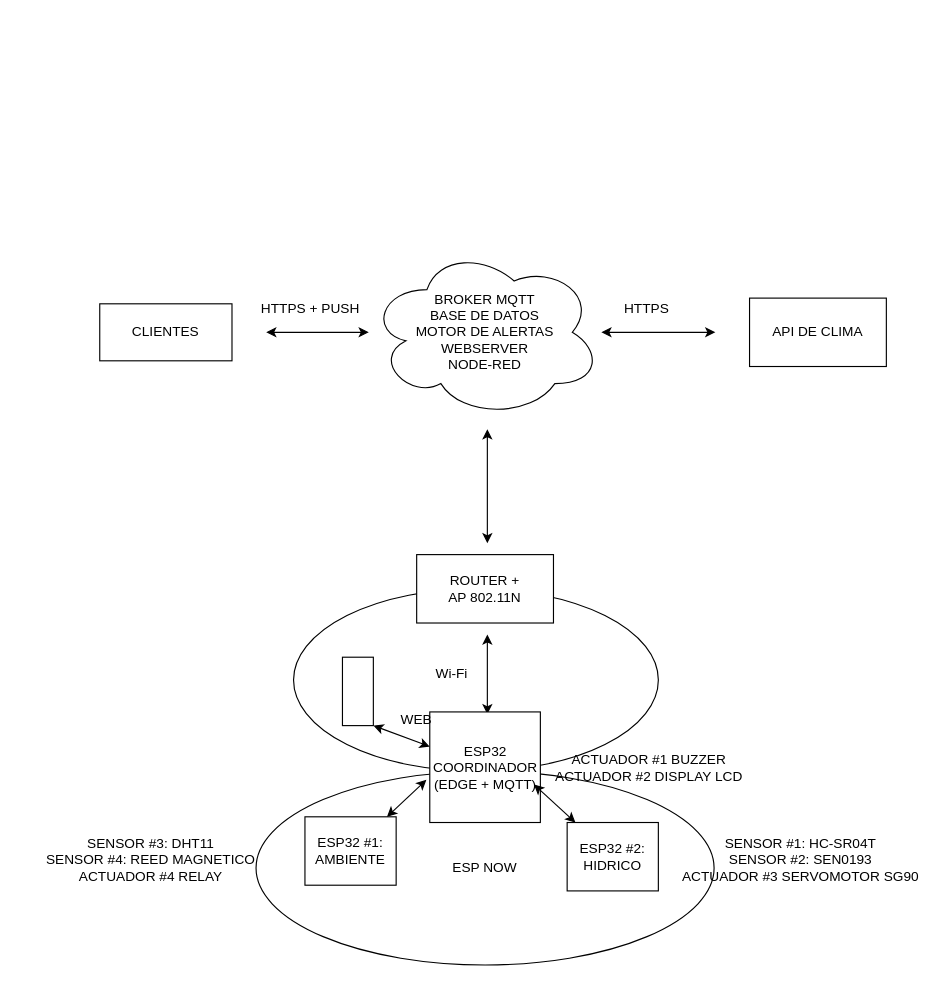
Above: lucianosalgado/arquitectura.drawio in zellsito/proxecto_novas_arquitecturas_grupo_5_2627 (draw.io), before the change. Source tidied: cells renumbered, new cells numbered last; positions are measured from the earlier drawing's top-left corner, leaving out a move shared by most shapes. Both pictures are drawn from the tidied source at 114%, with x=0, y=0 at pixel (31, 246).
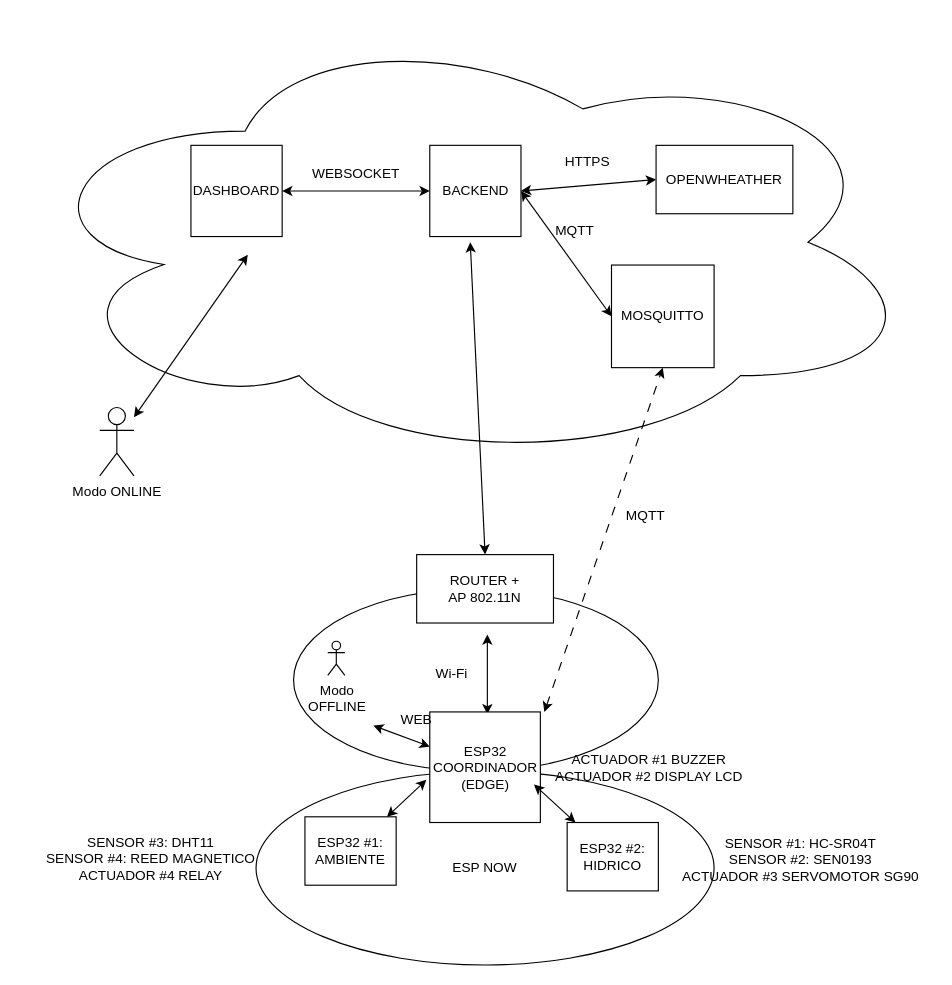
Above is the later version.

The change refers to these unchanged cells:
```xml
<mxCell id="10" value="ROUTER +&lt;div&gt;AP 802.11N&lt;/div&gt;" style="rounded=0;whiteSpace=wrap;html=1;" parent="1" vertex="1">
  <mxGeometry x="338" y="270" width="120" height="60" as="geometry" />
</mxCell>
```

Diff of the diagram source:
```diff
@@
-    <mxCell id="4" value="BROKER MQTT&lt;div&gt;BASE DE DATOS&lt;/div&gt;&lt;div&gt;MOTOR DE ALERTAS&lt;/div&gt;&lt;div&gt;WEBSERVER&lt;/div&gt;&lt;div&gt;NODE-RED&lt;/div&gt;" style="ellipse;shape=cloud;whiteSpace=wrap;html=1;perimeter=cloudPerimeter;" parent="1" vertex="1">
-      <mxGeometry x="296" width="204" height="150" as="geometry" />
+    <mxCell id="4" style="ellipse;shape=cloud;whiteSpace=wrap;html=1;perimeter=cloudPerimeter;" parent="1" vertex="1">
+      <mxGeometry x="-10" y="-199" width="790" height="390" as="geometry" />
     </mxCell>
-    <mxCell id="5" value="CLIENTES" style="rounded=0;whiteSpace=wrap;html=1;" parent="1" vertex="1">
-      <mxGeometry x="60" y="50" width="116" height="50" as="geometry" />
-    </mxCell>
-    <mxCell id="6" value="API DE CLIMA" style="rounded=0;whiteSpace=wrap;html=1;" parent="1" vertex="1">
-      <mxGeometry x="630" y="45" width="120" height="60" as="geometry" />
+    <mxCell id="6" value="OPENWHEATHER" style="rounded=0;whiteSpace=wrap;html=1;" parent="1" vertex="1">
+      <mxGeometry x="548" y="-89" width="120" height="60" as="geometry" />
     </mxCell>
-    <mxCell id="7" style="endArrow=classic;startArrow=classic;html=1;rounded=0;defaultLabelBackgroundColor=page;labelPadding=0 4;" parent="1" edge="1">
-      <mxGeometry relative="1" as="geometry">
-        <mxPoint x="500" y="75" as="sourcePoint" />
-        <mxPoint x="600" y="75" as="targetPoint" />
-      </mxGeometry>
-    </mxCell>
-    <mxCell id="8" style="endArrow=classic;startArrow=classic;html=1;rounded=0;defaultLabelBackgroundColor=page;labelPadding=0 4;" parent="1" edge="1">
-      <mxGeometry relative="1" as="geometry">
-        <mxPoint x="206" y="75" as="sourcePoint" />
-        <mxPoint x="296" y="75" as="targetPoint" />
-      </mxGeometry>
-    </mxCell>
-    <mxCell id="9" style="endArrow=classic;startArrow=classic;html=1;rounded=0;defaultLabelBackgroundColor=page;labelPadding=0 4;" parent="1" edge="1">
-      <mxGeometry relative="1" as="geometry">
-        <mxPoint x="400" y="260" as="sourcePoint" />
-        <mxPoint x="400" y="160" as="targetPoint" />
-      </mxGeometry>
+    <mxCell id="9" style="endArrow=classic;startArrow=classic;html=1;rounded=0;defaultLabelBackgroundColor=page;labelPadding=0 4;exitX=0.5;exitY=0;exitDx=0;exitDy=0;" parent="1" edge="1" source="10" target="4">
+      <mxGeometry relative="1" as="geometry" />
     </mxCell>
@@
-    <mxCell id="12" value="ESP32 COORDINADOR (EDGE + MQTT)" style="whiteSpace=wrap;html=1;" parent="1" vertex="1">
+    <mxCell id="12" value="ESP32 COORDINADOR (EDGE)" style="whiteSpace=wrap;html=1;" parent="1" vertex="1">
       <mxGeometry x="349.5" y="408" width="97" height="97" as="geometry" />
     </mxCell>
@@
-    <mxCell id="17" value="HTTPS + PUSH" style="text;html=1;whiteSpace=wrap;strokeColor=none;fillColor=none;align=center;verticalAlign=middle;rounded=0;" parent="1" vertex="1">
-      <mxGeometry x="190" y="40" width="110" height="30" as="geometry" />
-    </mxCell>
-    <mxCell id="18" value="HTTPS" style="text;html=1;whiteSpace=wrap;strokeColor=none;fillColor=none;align=center;verticalAlign=middle;rounded=0;" parent="1" vertex="1">
-      <mxGeometry x="510" y="40" width="60" height="30" as="geometry" />
-    </mxCell>
-    <mxCell id="19" style="rounded=0;whiteSpace=wrap;html=1;" parent="1" vertex="1">
-      <mxGeometry x="272.9" y="360" width="27.1" height="60" as="geometry" />
-    </mxCell>
-    <mxCell id="20" style="endArrow=classic;startArrow=classic;html=1;rounded=0;defaultLabelBackgroundColor=page;labelPadding=0 4;entryX=1;entryY=1;entryDx=0;entryDy=0;" parent="1" edge="1" source="12" target="19">
-      <mxGeometry relative="1" as="geometry" />
+    <mxCell id="20" style="endArrow=classic;startArrow=classic;html=1;rounded=0;defaultLabelBackgroundColor=page;labelPadding=0 4;entryX=1;entryY=1;entryDx=0;entryDy=0;" parent="1" edge="1" source="12">
+      <mxGeometry relative="1" as="geometry">
+        <mxPoint x="300" y="420" as="targetPoint" />
+      </mxGeometry>
     </mxCell>
@@
     <mxCell id="24" value="SENSOR #3: DHT11&lt;div&gt;SENSOR #4: REED MAGNETICO&lt;br&gt;ACTUADOR #4 RELAY&lt;/div&gt;&lt;div&gt;&lt;br&gt;&lt;/div&gt;" style="text;html=1;whiteSpace=wrap;strokeColor=none;fillColor=none;align=center;verticalAlign=middle;rounded=0;" parent="1" vertex="1">
-      <mxGeometry y="510" width="210" height="70" as="geometry" />
+      <mxGeometry y="509" width="210" height="70" as="geometry" />
     </mxCell>
@@
+    <mxCell id="26" value="MOSQUITTO" style="whiteSpace=wrap;html=1;" parent="1" vertex="1">
+      <mxGeometry x="508.9" y="16" width="90" height="90" as="geometry" />
+    </mxCell>
+    <mxCell id="27" value="BACKEND" style="whiteSpace=wrap;html=1;" parent="1" vertex="1">
+      <mxGeometry x="349.5" y="-89" width="80" height="80" as="geometry" />
+    </mxCell>
+    <mxCell id="28" style="endArrow=classic;startArrow=classic;html=1;rounded=0;defaultLabelBackgroundColor=page;labelPadding=0 4;entryX=0;entryY=0.5;entryDx=0;entryDy=0;exitX=1;exitY=0.5;exitDx=0;exitDy=0;" parent="1" edge="1" source="27" target="26">
+      <mxGeometry relative="1" as="geometry" />
+    </mxCell>
+    <mxCell id="29" value="DASHBOARD" style="whiteSpace=wrap;html=1;" parent="1" vertex="1">
+      <mxGeometry x="140" y="-89" width="80" height="80" as="geometry" />
+    </mxCell>
+    <mxCell id="30" style="endArrow=classic;startArrow=classic;html=1;rounded=0;defaultLabelBackgroundColor=page;labelPadding=0 4;entryX=0;entryY=0.5;entryDx=0;entryDy=0;exitX=1;exitY=0.5;exitDx=0;exitDy=0;" parent="1" edge="1" source="29" target="27">
+      <mxGeometry relative="1" as="geometry" />
+    </mxCell>
+    <mxCell id="31" style="endArrow=classic;startArrow=classic;html=1;rounded=0;defaultLabelBackgroundColor=page;labelPadding=0 4;entryX=0;entryY=0.5;entryDx=0;entryDy=0;exitX=1;exitY=0.5;exitDx=0;exitDy=0;" parent="1" edge="1" source="27" target="6">
+      <mxGeometry relative="1" as="geometry" />
+    </mxCell>
+    <mxCell id="32" style="endArrow=classic;startArrow=classic;html=1;rounded=0;defaultLabelBackgroundColor=page;labelPadding=0 4;entryX=0.5;entryY=1;entryDx=0;entryDy=0;dashed=1;dashPattern=8 8;" parent="1" edge="1" target="26">
+      <mxGeometry relative="1" as="geometry">
+        <mxPoint x="450" y="408" as="sourcePoint" />
+      </mxGeometry>
+    </mxCell>
+    <mxCell id="33" value="MQTT" style="text;html=1;whiteSpace=wrap;strokeColor=none;fillColor=none;align=center;verticalAlign=middle;rounded=0;" parent="1" vertex="1">
+      <mxGeometry x="508.9" y="221" width="60" height="30" as="geometry" />
+    </mxCell>
+    <mxCell id="34" value="MQTT" style="text;html=1;whiteSpace=wrap;strokeColor=none;fillColor=none;align=center;verticalAlign=middle;rounded=0;" parent="1" vertex="1">
+      <mxGeometry x="446.5" y="-29" width="60" height="30" as="geometry" />
+    </mxCell>
+    <mxCell id="18" value="HTTPS" style="text;html=1;whiteSpace=wrap;strokeColor=none;fillColor=none;align=center;verticalAlign=middle;rounded=0;" parent="1" vertex="1">
+      <mxGeometry x="458" y="-89" width="60" height="30" as="geometry" />
+    </mxCell>
+    <mxCell id="35" value="WEB&lt;span style=&quot;background-color: transparent; color: light-dark(#000000, var(--ge-light-color, #ffffff));&quot;&gt;SOCKET&lt;/span&gt;" style="text;html=1;whiteSpace=wrap;strokeColor=none;fillColor=none;align=center;verticalAlign=middle;rounded=0;" parent="1" vertex="1">
+      <mxGeometry x="235" y="-79" width="100" height="30" as="geometry" />
+    </mxCell>
+    <mxCell id="36" value="Modo ONLINE" style="shape=umlActor;verticalLabelPosition=bottom;verticalAlign=top;html=1;outlineConnect=0;labelPerimeter=1;" parent="1" vertex="1">
+      <mxGeometry x="60" y="141" width="30" height="60" as="geometry" />
+    </mxCell>
+    <mxCell id="37" style="endArrow=classic;startArrow=classic;html=1;rounded=0;defaultLabelBackgroundColor=page;labelPadding=0 4;entryX=0.253;entryY=0.528;entryDx=0;entryDy=0;entryPerimeter=0;" parent="1" edge="1" source="36" target="4">
+      <mxGeometry relative="1" as="geometry" />
+    </mxCell>
+    <mxCell id="38" value="Modo&lt;div&gt;OFFLINE&lt;/div&gt;" style="shape=umlActor;verticalLabelPosition=bottom;verticalAlign=top;html=1;labelPerimeter=1;" parent="1" vertex="1">
+      <mxGeometry x="260" y="346" width="15" height="30" as="geometry" />
+    </mxCell>
```
